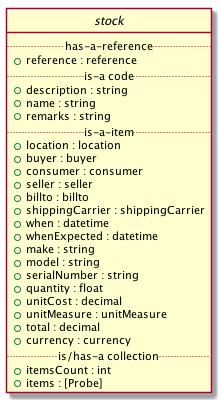
Before: images/stock-class-diagram.puml.png, a diagram exported from PlantUML (EciStg/order-placement). Its diagram source:
```plantuml
@startuml
hide circle

interface stock {
.. has-a-reference ..
{field} + reference : reference
.. is-a code ..
{field} + description : string
{field} + name : string
{field} + remarks : string
.. is-a-item ..
{field} + location : location
{field} + buyer : buyer
{field} + consumer : consumer
{field} + seller : seller
{field} + billto : billto
{field} + shippingCarrier : shippingCarrier
{field} + when : datetime
{field} + whenExpected : datetime
{field} + make : string
{field} + model : string
{field} + serialNumber : string
{field} + quantity : float
{field} + unitCost : decimal
{field} + unitMeasure : unitMeasure
{field} + total : decimal
{field} + currency : currency
.. is/has-a collection ..
{field} + itemsCount : int
{field} + items : [Probe]
}
@enduml
```
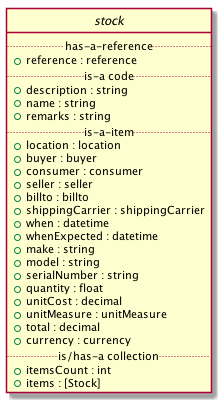
After the change.

Commit message:
stock : added in link for JSON date string format. tangled and exported org file. all tests pass

Change to the diagram source:
```diff
@@ -27,6 +27,6 @@
 {field} + currency : currency
 .. is/has-a collection ..
 {field} + itemsCount : int
-{field} + items : [Probe]
+{field} + items : [Stock]
 }
 @enduml
```
